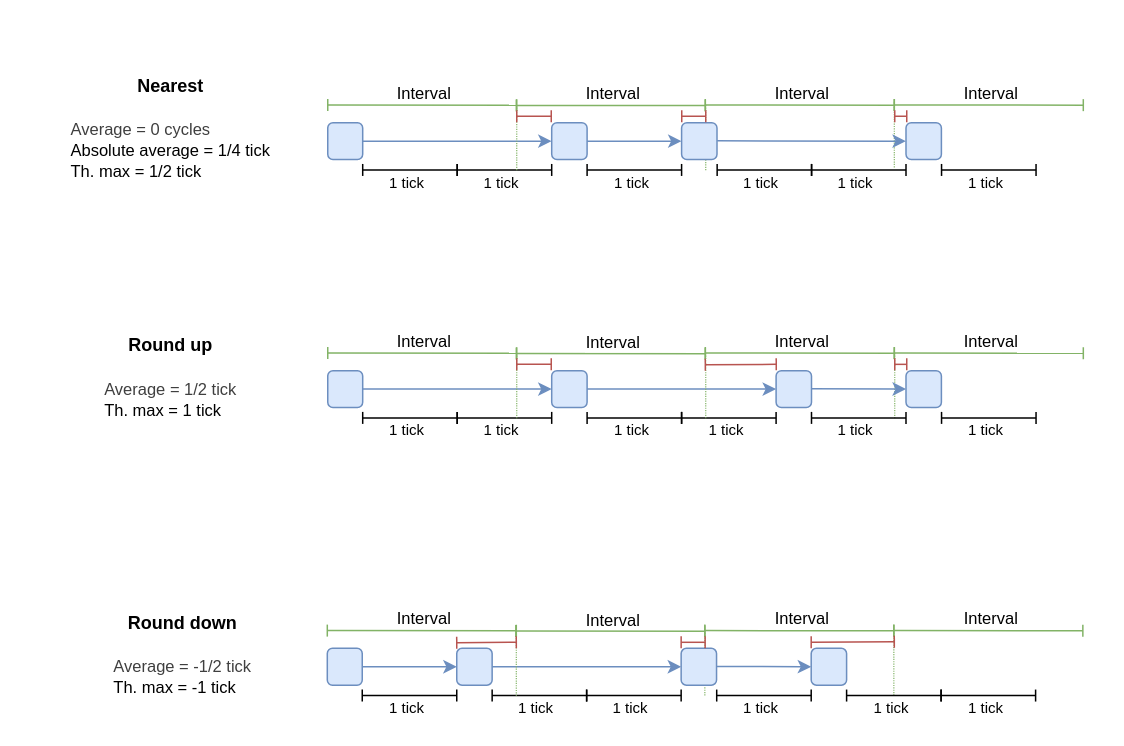
Before: page "Cyclictest" (1 of 3) of perso/cyclictest.drawio in OscarVsp/cheriot-rtos, a draw.io diagram. Source tidied: cells renumbered, new cells numbered last; positions are measured from the earlier drawing's top-left corner, leaving out a move shared by most shapes. Both pictures are drawn from the tidied source at 150%, with x=0, y=0 at pixel (26, 63).
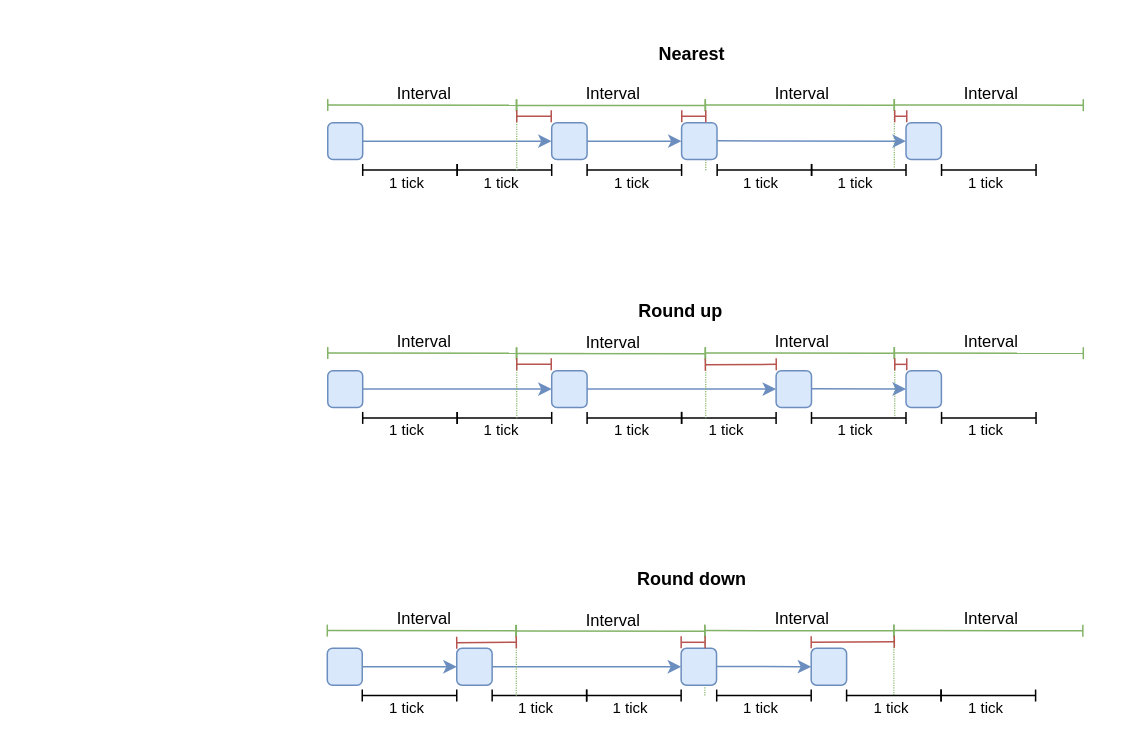
Above is the later version.

Diff of the diagram source:
```diff
@@
-<mxGraphModel>
+<mxGraphModel background="#ffffff">
@@
-    <mxCell id="26" value="&lt;font style=&quot;color: rgb(0, 0, 0);&quot;&gt;&lt;b&gt;Nearest&lt;/b&gt;&lt;br&gt;&lt;br&gt;&lt;div style=&quot;text-align: left;&quot;&gt;&lt;span style=&quot;color: rgb(63, 63, 63); font-size: 11px; background-color: transparent;&quot;&gt;Average = 0 cycles&lt;/span&gt;&lt;/div&gt;&lt;/font&gt;&lt;div&gt;&lt;div style=&quot;text-align: left;&quot;&gt;&lt;span style=&quot;font-size: 11px; background-color: transparent;&quot;&gt;Absolute average = 1/4 tick&lt;/span&gt;&lt;/div&gt;&lt;font style=&quot;color: rgb(0, 0, 0); font-size: 11px;&quot;&gt;&lt;div style=&quot;text-align: left;&quot;&gt;&lt;span style=&quot;background-color: transparent;&quot;&gt;Th. max = 1/2 tick&lt;/span&gt;&lt;/div&gt;&lt;/font&gt;&lt;/div&gt;" style="text;html=1;align=center;verticalAlign=middle;whiteSpace=wrap;rounded=0;" parent="1" vertex="1">
-      <mxGeometry x="-0.1" y="-0.4" width="192.9" height="86.6" as="geometry" />
+    <mxCell id="26" value="&lt;font style=&quot;color: rgb(0, 0, 0);&quot;&gt;&lt;b&gt;Nearest&lt;/b&gt;&lt;/font&gt;" style="text;html=1;align=center;verticalAlign=middle;whiteSpace=wrap;rounded=0;" parent="1" vertex="1">
+      <mxGeometry x="404" y="-25" width="80.1" height="38.4" as="geometry" />
     </mxCell>
@@
-    <mxCell id="62" value="&lt;font style=&quot;color: rgb(0, 0, 0);&quot;&gt;&lt;b&gt;Round up&lt;/b&gt;&lt;br&gt;&lt;br&gt;&lt;div style=&quot;text-align: left;&quot;&gt;&lt;span style=&quot;color: rgb(63, 63, 63); font-size: 11px; background-color: transparent;&quot;&gt;Average = 1/2 tick&lt;/span&gt;&lt;/div&gt;&lt;/font&gt;&lt;div&gt;&lt;font style=&quot;color: rgb(0, 0, 0); font-size: 11px;&quot;&gt;&lt;div style=&quot;text-align: left;&quot;&gt;&lt;span style=&quot;background-color: transparent;&quot;&gt;Th. max = 1 tick&lt;/span&gt;&lt;/div&gt;&lt;/font&gt;&lt;/div&gt;" style="text;html=1;align=center;verticalAlign=middle;whiteSpace=wrap;rounded=0;" parent="1" vertex="1">
-      <mxGeometry x="-0.1" y="165.2" width="192.9" height="86.6" as="geometry" />
+    <mxCell id="62" value="&lt;font style=&quot;color: rgb(0, 0, 0);&quot;&gt;&lt;b&gt;Round up&lt;/b&gt;&lt;/font&gt;" style="text;html=1;align=center;verticalAlign=middle;whiteSpace=wrap;rounded=0;" parent="1" vertex="1">
+      <mxGeometry x="377" y="149" width="119.1" height="31.8" as="geometry" />
     </mxCell>
@@
-    <mxCell id="100" value="&lt;font style=&quot;color: rgb(0, 0, 0);&quot;&gt;&lt;b&gt;Round down&lt;/b&gt;&lt;br&gt;&lt;br&gt;&lt;div style=&quot;text-align: left;&quot;&gt;&lt;span style=&quot;color: rgb(63, 63, 63); font-size: 11px; background-color: transparent;&quot;&gt;Average = -1/2 tick&lt;/span&gt;&lt;/div&gt;&lt;/font&gt;&lt;div&gt;&lt;font style=&quot;color: rgb(0, 0, 0); font-size: 11px;&quot;&gt;&lt;div style=&quot;text-align: left;&quot;&gt;&lt;span style=&quot;background-color: transparent;&quot;&gt;Th. max = -1 tick&lt;/span&gt;&lt;/div&gt;&lt;/font&gt;&lt;/div&gt;" style="text;html=1;align=center;verticalAlign=middle;whiteSpace=wrap;rounded=0;" parent="1" vertex="1">
-      <mxGeometry x="7.8" y="350.3" width="192.9" height="86.6" as="geometry" />
+    <mxCell id="100" value="&lt;font style=&quot;color: rgb(0, 0, 0);&quot;&gt;&lt;b&gt;Round down&lt;/b&gt;&lt;/font&gt;" style="text;html=1;align=center;verticalAlign=middle;whiteSpace=wrap;rounded=0;" parent="1" vertex="1">
+      <mxGeometry x="386.9" y="332" width="114.2" height="23.7" as="geometry" />
     </mxCell>
```
